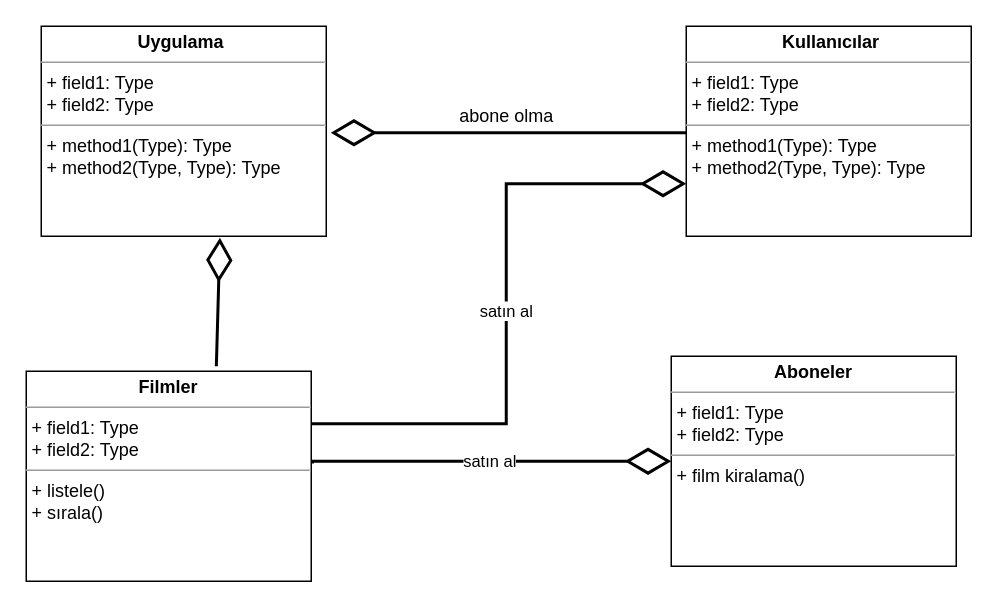
Before: Untitled Diagram4.drawio in ilgazay/office, a draw.io diagram. Source tidied: cells renumbered, new cells numbered last; positions are measured from the earlier drawing's top-left corner, leaving out a move shared by most shapes. Both pictures are drawn from the tidied source at 150%, with x=0, y=0 at pixel (26, 26).
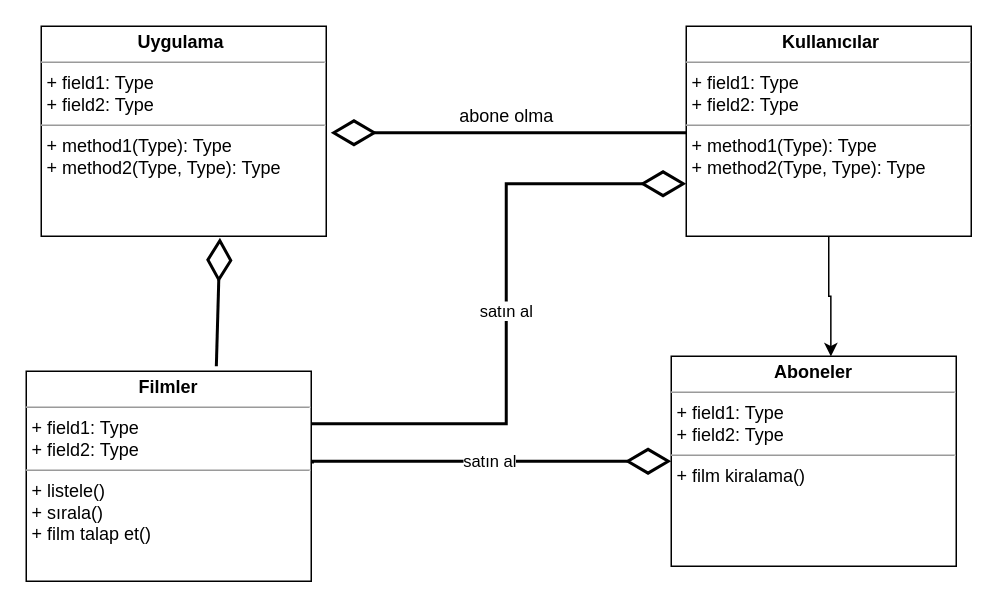
The same diagram, later.

Diff of the diagram source:
```diff
@@
 <mxGraphModel>
   <root>
     <mxCell id="0" />
     <mxCell id="1" parent="0" />
     <mxCell id="2" value="&lt;p style=&quot;margin: 0px ; margin-top: 4px ; text-align: center&quot;&gt;&lt;b&gt;Uygulama&amp;nbsp;&lt;/b&gt;&lt;/p&gt;&lt;hr size=&quot;1&quot;&gt;&lt;p style=&quot;margin: 0px ; margin-left: 4px&quot;&gt;+ field1: Type&lt;br&gt;+ field2: Type&lt;/p&gt;&lt;hr size=&quot;1&quot;&gt;&lt;p style=&quot;margin: 0px ; margin-left: 4px&quot;&gt;+ method1(Type): Type&lt;br&gt;+ method2(Type, Type): Type&lt;/p&gt;" style="verticalAlign=top;align=left;overflow=fill;fontSize=12;fontFamily=Helvetica;html=1;" parent="1" vertex="1">
       <mxGeometry x="10" width="190" height="140" as="geometry" />
     </mxCell>
-    <mxCell id="3" value="&lt;p style=&quot;margin: 0px ; margin-top: 4px ; text-align: center&quot;&gt;&lt;b&gt;Filmler&lt;/b&gt;&lt;/p&gt;&lt;hr size=&quot;1&quot;&gt;&lt;p style=&quot;margin: 0px ; margin-left: 4px&quot;&gt;+ field1: Type&lt;br&gt;+ field2: Type&lt;/p&gt;&lt;hr size=&quot;1&quot;&gt;&lt;p style=&quot;margin: 0px ; margin-left: 4px&quot;&gt;+ listele()&lt;/p&gt;&lt;p style=&quot;margin: 0px ; margin-left: 4px&quot;&gt;+ sırala()&lt;/p&gt;" style="verticalAlign=top;align=left;overflow=fill;fontSize=12;fontFamily=Helvetica;html=1;" parent="1" vertex="1">
+    <mxCell id="3" value="&lt;p style=&quot;margin: 0px ; margin-top: 4px ; text-align: center&quot;&gt;&lt;b&gt;Filmler&lt;/b&gt;&lt;/p&gt;&lt;hr size=&quot;1&quot;&gt;&lt;p style=&quot;margin: 0px ; margin-left: 4px&quot;&gt;+ field1: Type&lt;br&gt;+ field2: Type&lt;/p&gt;&lt;hr size=&quot;1&quot;&gt;&lt;p style=&quot;margin: 0px ; margin-left: 4px&quot;&gt;+ listele()&lt;/p&gt;&lt;p style=&quot;margin: 0px ; margin-left: 4px&quot;&gt;+ sırala()&lt;/p&gt;&lt;p style=&quot;margin: 0px ; margin-left: 4px&quot;&gt;+ film talap et()&lt;/p&gt;" style="verticalAlign=top;align=left;overflow=fill;fontSize=12;fontFamily=Helvetica;html=1;" parent="1" vertex="1">
       <mxGeometry y="230" width="190" height="140" as="geometry" />
     </mxCell>
     <mxCell id="4" style="edgeStyle=orthogonalEdgeStyle;rounded=0;jettySize=auto;html=1;endArrow=diamondThin;endFill=0;strokeWidth=2;endSize=25;" parent="1" edge="1" source="6">
       <mxGeometry relative="1" as="geometry">
         <mxPoint x="203" y="71" as="targetPoint" />
         <Array as="points">
           <mxPoint x="203" y="71" />
         </Array>
       </mxGeometry>
     </mxCell>
     <mxCell id="5" value="satın al" style="edgeStyle=orthogonalEdgeStyle;rounded=0;jettySize=auto;html=1;exitX=1;exitY=0.25;exitDx=0;exitDy=0;endArrow=diamondThin;endFill=0;strokeWidth=2;entryX=0;entryY=0.75;entryDx=0;entryDy=0;endSize=25;" parent="1" edge="1" source="3" target="6">
       <mxGeometry relative="1" as="geometry">
         <Array as="points">
           <mxPoint x="320" y="265" />
           <mxPoint x="320" y="105" />
         </Array>
       </mxGeometry>
     </mxCell>
+    <mxCell id="11" style="edgeStyle=orthogonalEdgeStyle;rounded=0;jettySize=auto;html=1;entryX=0.56;entryY=0.001;entryDx=0;entryDy=0;entryPerimeter=0;" parent="1" edge="1" source="6" target="8">
+      <mxGeometry relative="1" as="geometry" />
+    </mxCell>
     <mxCell id="6" value="&lt;p style=&quot;margin: 0px ; margin-top: 4px ; text-align: center&quot;&gt;&lt;b&gt;&amp;nbsp;Kullanıcılar&lt;/b&gt;&lt;/p&gt;&lt;hr size=&quot;1&quot;&gt;&lt;p style=&quot;margin: 0px ; margin-left: 4px&quot;&gt;+ field1: Type&lt;br&gt;+ field2: Type&lt;/p&gt;&lt;hr size=&quot;1&quot;&gt;&lt;p style=&quot;margin: 0px ; margin-left: 4px&quot;&gt;+ method1(Type): Type&lt;br&gt;+ method2(Type, Type): Type&lt;/p&gt;" style="verticalAlign=top;align=left;overflow=fill;fontSize=12;fontFamily=Helvetica;html=1;" parent="1" vertex="1">
       <mxGeometry x="440" width="190" height="140" as="geometry" />
     </mxCell>
     <mxCell id="7" value="satın al" style="edgeStyle=orthogonalEdgeStyle;rounded=0;jettySize=auto;html=1;endArrow=diamondThin;endFill=0;strokeWidth=2;exitX=1.004;exitY=0.439;exitDx=0;exitDy=0;endSize=25;exitPerimeter=0;" parent="1" edge="1" source="3" target="8">
       <mxGeometry relative="1" as="geometry">
         <Array as="points">
           <mxPoint x="191" y="290" />
         </Array>
       </mxGeometry>
     </mxCell>
     <mxCell id="8" value="&lt;p style=&quot;margin: 0px ; margin-top: 4px ; text-align: center&quot;&gt;&lt;b&gt;Aboneler&lt;/b&gt;&lt;/p&gt;&lt;hr size=&quot;1&quot;&gt;&lt;p style=&quot;margin: 0px ; margin-left: 4px&quot;&gt;+ field1: Type&lt;br&gt;+ field2: Type&lt;/p&gt;&lt;hr size=&quot;1&quot;&gt;&lt;p style=&quot;margin: 0px ; margin-left: 4px&quot;&gt;+ film kiralama()&lt;br&gt;&lt;/p&gt;&lt;p style=&quot;margin: 0px ; margin-left: 4px&quot;&gt;&lt;br&gt;&lt;/p&gt;" style="verticalAlign=top;align=left;overflow=fill;fontSize=12;fontFamily=Helvetica;html=1;" parent="1" vertex="1">
       <mxGeometry x="430" y="220" width="190" height="140" as="geometry" />
     </mxCell>
     <mxCell id="9" value="abone olma" style="text;html=1;align=center;verticalAlign=middle;strokeColor=none;" parent="1" vertex="1">
       <mxGeometry x="280" y="50" width="80" height="20" as="geometry" />
     </mxCell>
     <mxCell id="10" style="endArrow=diamondThin;endFill=0;endSize=24;html=1;strokeWidth=2;entryX=0.627;entryY=1.007;entryDx=0;entryDy=0;entryPerimeter=0;exitX=0.667;exitY=-0.024;exitDx=0;exitDy=0;exitPerimeter=0;" parent="1" edge="1" source="3" target="2">
       <mxGeometry relative="1" as="geometry" />
     </mxCell>
   </root>
 </mxGraphModel>
```
